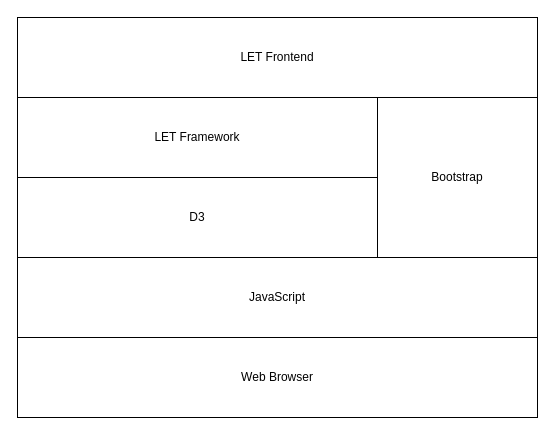
Above: page "Architecture" (1 of 2) of docs/design.drawio in uniba-swt/LetSynchronise (draw.io), before the change. Source tidied: cells renumbered, new cells numbered last; positions are measured from the earlier drawing's top-left corner, leaving out a move shared by most shapes. Both pictures are drawn from the tidied source at 100%, with x=0, y=0 at pixel (17, 17).
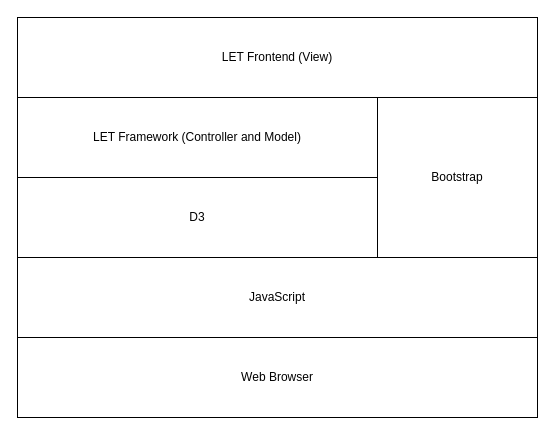
After the change.

The edit, as a diff of the source:
```diff
@@
 <mxGraphModel>
   <root>
     <mxCell id="0" />
     <mxCell id="1" parent="0" />
     <mxCell id="2" value="D3" style="rounded=0;whiteSpace=wrap;html=1;" parent="1" vertex="1">
       <mxGeometry y="160" width="360" height="80" as="geometry" />
     </mxCell>
     <mxCell id="3" value="JavaScript" style="rounded=0;whiteSpace=wrap;html=1;" parent="1" vertex="1">
       <mxGeometry y="240" width="520" height="80" as="geometry" />
     </mxCell>
-    <mxCell id="4" value="LET Framework" style="rounded=0;whiteSpace=wrap;html=1;" parent="1" vertex="1">
+    <mxCell id="4" value="LET Framework (Controller and Model)" style="rounded=0;whiteSpace=wrap;html=1;" parent="1" vertex="1">
       <mxGeometry y="80" width="360" height="80" as="geometry" />
     </mxCell>
-    <mxCell id="5" value="LET Frontend" style="rounded=0;whiteSpace=wrap;html=1;" parent="1" vertex="1">
+    <mxCell id="5" value="LET Frontend (View)" style="rounded=0;whiteSpace=wrap;html=1;" parent="1" vertex="1">
       <mxGeometry width="520" height="80" as="geometry" />
     </mxCell>
     <mxCell id="6" value="Bootstrap" style="rounded=0;whiteSpace=wrap;html=1;" parent="1" vertex="1">
       <mxGeometry x="360" y="80" width="160" height="160" as="geometry" />
     </mxCell>
     <mxCell id="7" value="Web Browser" style="rounded=0;whiteSpace=wrap;html=1;" parent="1" vertex="1">
       <mxGeometry y="320" width="520" height="80" as="geometry" />
     </mxCell>
   </root>
 </mxGraphModel>
```
